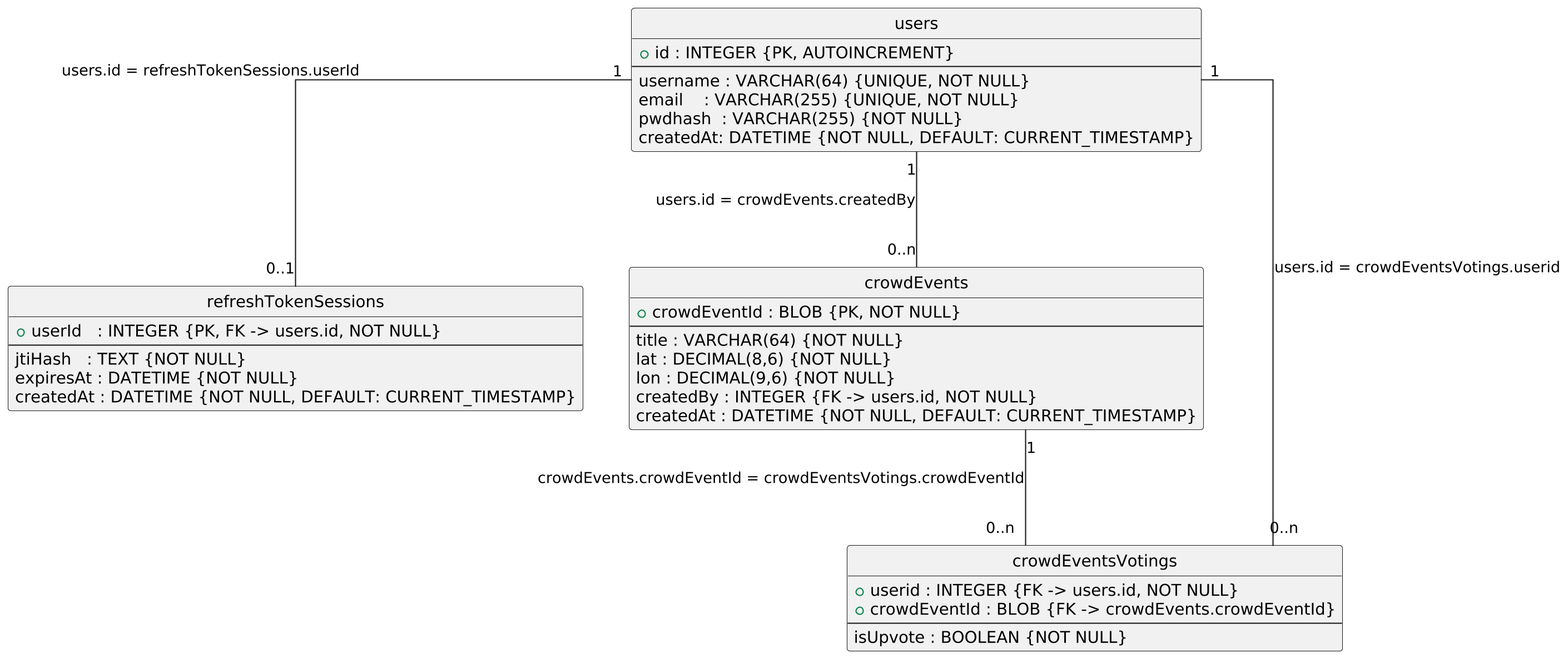
Before: docs/ER/backend_er.png, a diagram exported from PlantUML (EinfachNiklas/CrowdMap).
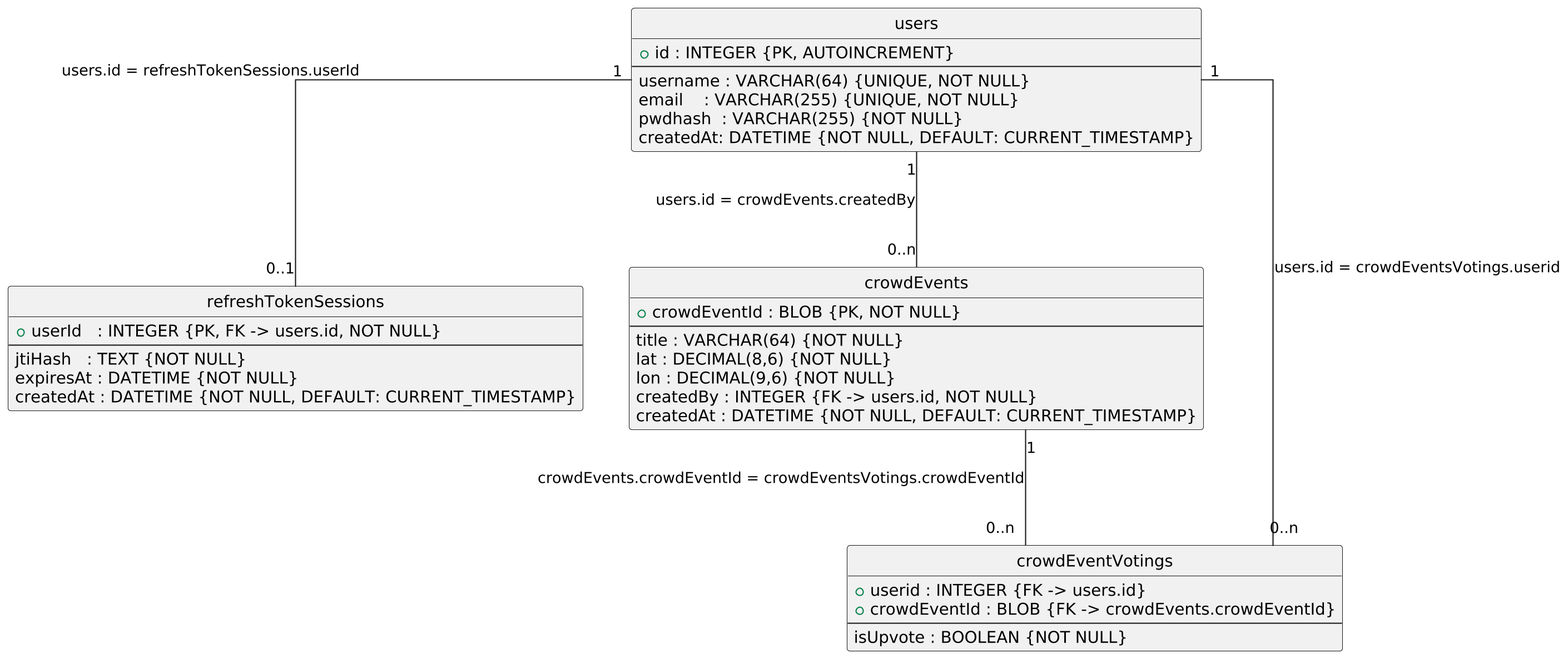
The same file after the commit.

Commit message:
added basic backend routes for crowdEvents

What changed in the source:
```diff
@@ -32,8 +32,8 @@
 createdAt : DATETIME {NOT NULL, DEFAULT: CURRENT_TIMESTAMP}
 }
 
-entity "crowdEventsVotings" as cev {
-+ userid : INTEGER {FK -> users.id, NOT NULL}
+entity "crowdEventVotings" as cev {
++ userid : INTEGER {FK -> users.id}
 + crowdEventId : BLOB {FK -> crowdEvents.crowdEventId}
 --
 isUpvote : BOOLEAN {NOT NULL}
```
